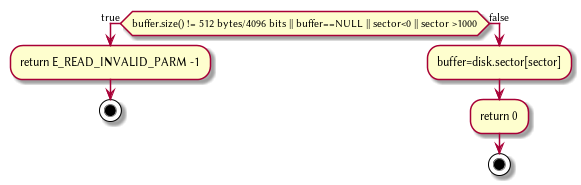
Before: Plant/DiskREAD.png, a diagram exported from PlantUML (HawaiinPizza/CIS-450-final-project).
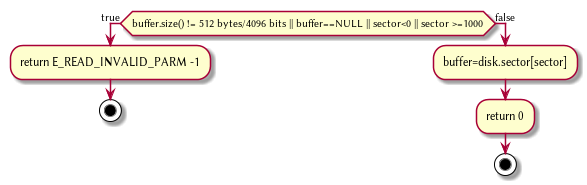
The same diagram one commit later.

The edit, as a diff of the source:
```diff
@@ -1,5 +1,5 @@
 @startuml
-    if(buffer.size() != 512 bytes/4096 bits || buffer==NULL || sector<0 || sector >1000) then (true)
+    if(buffer.size() != 512 bytes/4096 bits || buffer==NULL || sector<0 || sector >=1000) then (true)
 	    :return E_READ_INVALID_PARM -1;
 	    stop
     else  (false)
```
